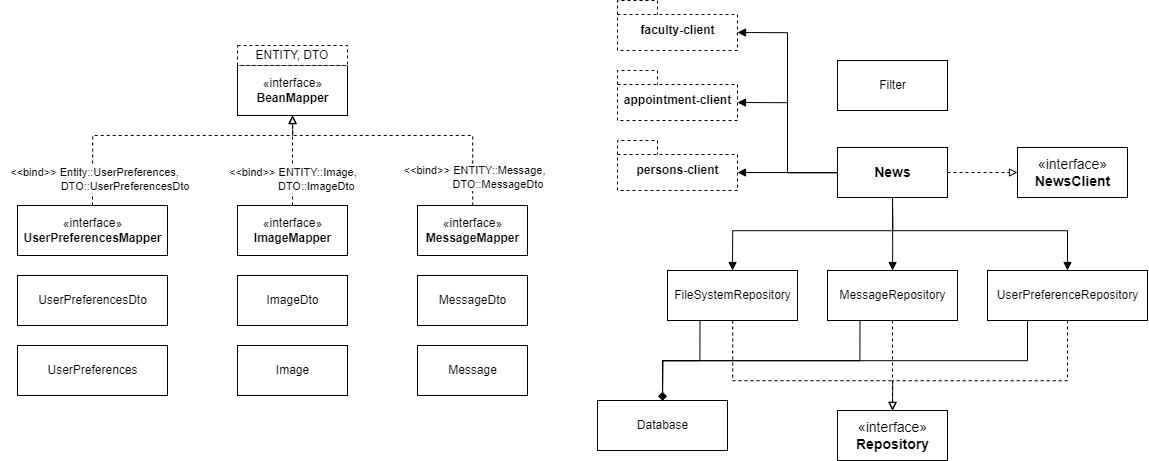
Above: doc/diagrams/classes/class_diagram.drawio.png in fh-erfurt/WS2021_Java_Team_2_Service_4_News (draw.io), before the change. Source tidied: cells renumbered, new cells last; positions are measured from the earlier drawing's top-left corner, leaving out a move shared by most shapes.
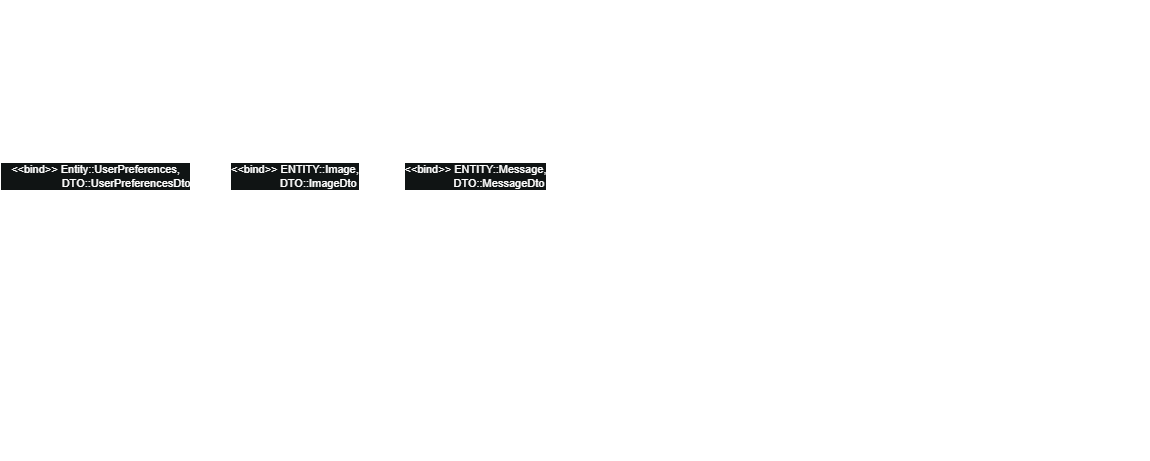
The same diagram one commit later.

Commit message:
Improved readability

What changed in the source:
```diff
@@ -1,27 +1,27 @@
-<mxGraphModel>
+<mxGraphModel background="#101414">
   <root>
     <mxCell id="0" />
     <mxCell id="1" parent="0" />
-    <mxCell id="2" value="«interface»&lt;br&gt;&lt;b&gt;BeanMapper&lt;/b&gt;" style="html=1;" parent="1" vertex="1">
+    <mxCell id="2" value="&lt;font color=&quot;#ffffff&quot;&gt;«interface»&lt;br&gt;&lt;b&gt;BeanMapper&lt;/b&gt;&lt;/font&gt;" style="html=1;fillColor=none;strokeColor=#FFFFFF;" parent="1" vertex="1">
       <mxGeometry x="220" y="65" width="110" height="50" as="geometry" />
     </mxCell>
-    <mxCell id="3" value="ENTITY, DTO" style="rounded=0;whiteSpace=wrap;html=1;dashed=1;" parent="1" vertex="1">
+    <mxCell id="3" value="&lt;font color=&quot;#ffffff&quot;&gt;ENTITY, DTO&lt;/font&gt;" style="rounded=0;whiteSpace=wrap;html=1;dashed=1;fillColor=none;strokeColor=#FFFFFF;" parent="1" vertex="1">
       <mxGeometry x="220" y="45" width="110" height="20" as="geometry" />
     </mxCell>
-    <mxCell id="4" style="edgeStyle=orthogonalEdgeStyle;rounded=0;jettySize=auto;html=1;dashed=1;endArrow=block;endFill=0;" parent="1" edge="1" source="6">
+    <mxCell id="4" style="edgeStyle=orthogonalEdgeStyle;rounded=0;jettySize=auto;html=1;dashed=1;endArrow=block;endFill=0;strokeColor=#FFFFFF;" parent="1" edge="1" source="6">
       <mxGeometry relative="1" as="geometry">
         <mxPoint x="275" y="115" as="targetPoint" />
       </mxGeometry>
     </mxCell>
-    <mxCell id="5" value="&amp;lt;&amp;lt;bind&amp;gt;&amp;gt; ENTITY::Image,&lt;br&gt;&amp;nbsp; &amp;nbsp; &amp;nbsp; &amp;nbsp; &amp;nbsp; &amp;nbsp; &amp;nbsp; &amp;nbsp; DTO::ImageDto" style="edgeLabel;html=1;align=left;verticalAlign=middle;" parent="4" vertex="1">
+    <mxCell id="5" value="&lt;font color=&quot;#ffffff&quot;&gt;&amp;lt;&amp;lt;bind&amp;gt;&amp;gt; ENTITY::Image,&lt;br&gt;&amp;nbsp; &amp;nbsp; &amp;nbsp; &amp;nbsp; &amp;nbsp; &amp;nbsp; &amp;nbsp; &amp;nbsp; DTO::ImageDto&lt;/font&gt;" style="edgeLabel;html=1;align=left;verticalAlign=middle;labelBackgroundColor=#101414;" parent="4" vertex="1">
       <mxGeometry x="-0.25" y="-1" relative="1" as="geometry">
         <mxPoint x="-66" y="4" as="offset" />
       </mxGeometry>
     </mxCell>
-    <mxCell id="6" value="«interface»&lt;br&gt;&lt;b&gt;ImageMapper&lt;/b&gt;" style="html=1;" parent="1" vertex="1">
+    <mxCell id="6" value="«interface»&lt;br&gt;&lt;b&gt;ImageMapper&lt;/b&gt;" style="html=1;fillColor=none;strokeColor=#FFFFFF;fontColor=#FFFFFF;" parent="1" vertex="1">
       <mxGeometry x="220" y="205" width="110" height="50" as="geometry" />
     </mxCell>
-    <mxCell id="7" style="edgeStyle=orthogonalEdgeStyle;rounded=0;jettySize=auto;html=1;entryX=0.5;entryY=1;entryDx=0;entryDy=0;dashed=1;endArrow=block;endFill=0;" parent="1" edge="1" source="9" target="2">
+    <mxCell id="7" style="edgeStyle=orthogonalEdgeStyle;rounded=0;jettySize=auto;html=1;entryX=0.5;entryY=1;entryDx=0;entryDy=0;dashed=1;endArrow=block;endFill=0;strokeColor=#FFFFFF;" parent="1" edge="1" source="9" target="2">
       <mxGeometry relative="1" as="geometry">
         <Array as="points">
           <mxPoint x="455" y="135" />
@@ -29,15 +29,15 @@
         </Array>
       </mxGeometry>
     </mxCell>
-    <mxCell id="8" value="&amp;lt;&amp;lt;bind&amp;gt;&amp;gt; ENTITY::Message,&lt;br&gt;&lt;div style=&quot;text-align: left&quot;&gt;&amp;nbsp; &amp;nbsp; &amp;nbsp; &amp;nbsp; &amp;nbsp; &amp;nbsp; &amp;nbsp; &amp;nbsp; DTO::MessageDto&lt;/div&gt;" style="edgeLabel;html=1;align=center;verticalAlign=middle;" parent="7" vertex="1">
+    <mxCell id="8" value="&amp;lt;&amp;lt;bind&amp;gt;&amp;gt; ENTITY::Message,&lt;br&gt;&lt;div style=&quot;text-align: left&quot;&gt;&amp;nbsp; &amp;nbsp; &amp;nbsp; &amp;nbsp; &amp;nbsp; &amp;nbsp; &amp;nbsp; &amp;nbsp; DTO::MessageDto&lt;/div&gt;" style="edgeLabel;html=1;align=center;verticalAlign=middle;fontColor=#FFFFFF;labelBackgroundColor=#101414;" parent="7" vertex="1">
       <mxGeometry x="-0.65" y="1" relative="1" as="geometry">
         <mxPoint x="1" y="18" as="offset" />
       </mxGeometry>
     </mxCell>
-    <mxCell id="9" value="«interface»&lt;br&gt;&lt;b&gt;MessageMapper&lt;/b&gt;" style="html=1;" parent="1" vertex="1">
+    <mxCell id="9" value="«interface»&lt;br&gt;&lt;b&gt;MessageMapper&lt;/b&gt;" style="html=1;fontColor=#FFFFFF;strokeColor=#FFFFFF;fillColor=none;" parent="1" vertex="1">
       <mxGeometry x="400" y="205" width="110" height="50" as="geometry" />
     </mxCell>
-    <mxCell id="10" style="edgeStyle=orthogonalEdgeStyle;rounded=0;jettySize=auto;html=1;entryX=0.5;entryY=1;entryDx=0;entryDy=0;endArrow=block;endFill=0;dashed=1;exitX=0.5;exitY=0;exitDx=0;exitDy=0;" parent="1" edge="1" source="12" target="2">
+    <mxCell id="10" style="edgeStyle=orthogonalEdgeStyle;rounded=0;jettySize=auto;html=1;entryX=0.5;entryY=1;entryDx=0;entryDy=0;endArrow=block;endFill=0;dashed=1;exitX=0.5;exitY=0;exitDx=0;exitDy=0;strokeColor=#FFFFFF;" parent="1" edge="1" source="12" target="2">
       <mxGeometry relative="1" as="geometry">
         <Array as="points">
           <mxPoint x="75" y="135" />
@@ -45,57 +45,57 @@
         </Array>
       </mxGeometry>
     </mxCell>
-    <mxCell id="11" value="&amp;lt;&amp;lt;bind&amp;gt;&amp;gt; Entity::UserPreferences,&lt;br&gt;&amp;nbsp; &amp;nbsp; &amp;nbsp; &amp;nbsp; &amp;nbsp; &amp;nbsp; &amp;nbsp; &amp;nbsp; &amp;nbsp; &amp;nbsp; DTO::UserPreferencesDto" style="edgeLabel;html=1;align=center;verticalAlign=middle;" parent="10" vertex="1">
+    <mxCell id="11" value="&lt;font color=&quot;#ffffff&quot;&gt;&amp;lt;&amp;lt;bind&amp;gt;&amp;gt; Entity::UserPreferences,&lt;br&gt;&amp;nbsp; &amp;nbsp; &amp;nbsp; &amp;nbsp; &amp;nbsp; &amp;nbsp; &amp;nbsp; &amp;nbsp; &amp;nbsp; &amp;nbsp; DTO::UserPreferencesDto&lt;/font&gt;" style="edgeLabel;html=1;align=center;verticalAlign=middle;labelBackgroundColor=#101414;" parent="10" vertex="1">
       <mxGeometry x="-0.63" y="1" relative="1" as="geometry">
         <mxPoint x="1" y="24" as="offset" />
       </mxGeometry>
     </mxCell>
-    <mxCell id="12" value="«interface»&lt;br&gt;&lt;b&gt;UserPreferencesMapper&lt;/b&gt;" style="html=1;" parent="1" vertex="1">
+    <mxCell id="12" value="«interface»&lt;br&gt;&lt;b&gt;UserPreferencesMapper&lt;/b&gt;" style="html=1;fillColor=none;strokeColor=#FFFFFF;fontColor=#FFFFFF;" parent="1" vertex="1">
       <mxGeometry y="205" width="150" height="50" as="geometry" />
     </mxCell>
-    <mxCell id="13" value="UserPreferencesDto" style="html=1;" parent="1" vertex="1">
+    <mxCell id="13" value="UserPreferencesDto" style="html=1;fillColor=none;strokeColor=#FFFFFF;fontColor=#FFFFFF;" parent="1" vertex="1">
       <mxGeometry y="275" width="150" height="50" as="geometry" />
     </mxCell>
-    <mxCell id="14" value="UserPreferences" style="html=1;" parent="1" vertex="1">
+    <mxCell id="14" value="UserPreferences" style="html=1;fillColor=none;strokeColor=#FFFFFF;fontColor=#FFFFFF;" parent="1" vertex="1">
       <mxGeometry y="345" width="150" height="50" as="geometry" />
     </mxCell>
-    <mxCell id="15" value="ImageDto" style="html=1;" parent="1" vertex="1">
+    <mxCell id="15" value="ImageDto" style="html=1;fillColor=none;strokeColor=#FFFFFF;fontColor=#FFFFFF;" parent="1" vertex="1">
       <mxGeometry x="220" y="275" width="110" height="50" as="geometry" />
     </mxCell>
-    <mxCell id="16" value="Image" style="html=1;" parent="1" vertex="1">
+    <mxCell id="16" value="Image" style="html=1;fillColor=none;strokeColor=#FFFFFF;fontColor=#FFFFFF;" parent="1" vertex="1">
       <mxGeometry x="220" y="345" width="110" height="50" as="geometry" />
     </mxCell>
-    <mxCell id="17" value="MessageDto" style="html=1;" parent="1" vertex="1">
+    <mxCell id="17" value="MessageDto" style="html=1;fontColor=#FFFFFF;strokeColor=#FFFFFF;fillColor=none;" parent="1" vertex="1">
       <mxGeometry x="400" y="275" width="110" height="50" as="geometry" />
     </mxCell>
-    <mxCell id="18" value="Message" style="html=1;" parent="1" vertex="1">
+    <mxCell id="18" value="Message" style="html=1;fontColor=#FFFFFF;strokeColor=#FFFFFF;fillColor=none;" parent="1" vertex="1">
       <mxGeometry x="400" y="345" width="110" height="50" as="geometry" />
     </mxCell>
-    <mxCell id="19" value="faculty-client" style="shape=folder;fontStyle=1;spacingTop=10;tabWidth=40;tabHeight=14;tabPosition=left;html=1;dashed=1;" parent="1" vertex="1">
+    <mxCell id="19" value="faculty-client" style="shape=folder;fontStyle=1;spacingTop=10;tabWidth=40;tabHeight=14;tabPosition=left;html=1;dashed=1;fillColor=none;strokeColor=#FFFFFF;fontColor=#FFFFFF;" parent="1" vertex="1">
       <mxGeometry x="600" width="120" height="50" as="geometry" />
     </mxCell>
-    <mxCell id="20" value="appointment-client" style="shape=folder;fontStyle=1;spacingTop=10;tabWidth=40;tabHeight=14;tabPosition=left;html=1;dashed=1;" parent="1" vertex="1">
+    <mxCell id="20" value="appointment-client" style="shape=folder;fontStyle=1;spacingTop=10;tabWidth=40;tabHeight=14;tabPosition=left;html=1;dashed=1;fillColor=none;strokeColor=#FFFFFF;fontColor=#FFFFFF;" parent="1" vertex="1">
       <mxGeometry x="600" y="70" width="120" height="50" as="geometry" />
     </mxCell>
-    <mxCell id="21" value="persons-client" style="shape=folder;fontStyle=1;spacingTop=10;tabWidth=40;tabHeight=14;tabPosition=left;html=1;dashed=1;" parent="1" vertex="1">
+    <mxCell id="21" value="persons-client" style="shape=folder;fontStyle=1;spacingTop=10;tabWidth=40;tabHeight=14;tabPosition=left;html=1;dashed=1;fillColor=none;strokeColor=#FFFFFF;fontColor=#FFFFFF;" parent="1" vertex="1">
       <mxGeometry x="600" y="140" width="120" height="50" as="geometry" />
     </mxCell>
-    <mxCell id="22" value="Filter" style="html=1;" parent="1" vertex="1">
+    <mxCell id="22" value="Filter" style="html=1;fillColor=none;strokeColor=#FFFFFF;fontColor=#FFFFFF;" parent="1" vertex="1">
       <mxGeometry x="820" y="60" width="110" height="50" as="geometry" />
     </mxCell>
-    <mxCell id="23" style="edgeStyle=orthogonalEdgeStyle;rounded=0;jettySize=auto;html=1;entryX=0;entryY=0;entryDx=120;entryDy=32;entryPerimeter=0;fontSize=14;endArrow=block;endFill=1;" parent="1" edge="1" source="30" target="21">
+    <mxCell id="23" style="edgeStyle=orthogonalEdgeStyle;rounded=0;jettySize=auto;html=1;entryX=0;entryY=0;entryDx=120;entryDy=32;entryPerimeter=0;fontSize=14;endArrow=block;endFill=1;strokeColor=#FFFFFF;" parent="1" edge="1" source="30" target="21">
       <mxGeometry relative="1" as="geometry" />
     </mxCell>
-    <mxCell id="24" style="edgeStyle=orthogonalEdgeStyle;rounded=0;jettySize=auto;html=1;entryX=0;entryY=0;entryDx=120;entryDy=32;entryPerimeter=0;fontSize=14;endArrow=block;endFill=1;" parent="1" edge="1" source="30" target="20">
+    <mxCell id="24" style="edgeStyle=orthogonalEdgeStyle;rounded=0;jettySize=auto;html=1;entryX=0;entryY=0;entryDx=120;entryDy=32;entryPerimeter=0;fontSize=14;endArrow=block;endFill=1;strokeColor=#FFFFFF;" parent="1" edge="1" source="30" target="20">
       <mxGeometry relative="1" as="geometry" />
     </mxCell>
-    <mxCell id="25" style="edgeStyle=orthogonalEdgeStyle;rounded=0;jettySize=auto;html=1;entryX=0;entryY=0;entryDx=120;entryDy=32;entryPerimeter=0;fontSize=14;endArrow=block;endFill=1;" parent="1" edge="1" source="30" target="19">
+    <mxCell id="25" style="edgeStyle=orthogonalEdgeStyle;rounded=0;jettySize=auto;html=1;entryX=0;entryY=0;entryDx=120;entryDy=32;entryPerimeter=0;fontSize=14;endArrow=block;endFill=1;strokeColor=#FFFFFF;" parent="1" edge="1" source="30" target="19">
       <mxGeometry relative="1" as="geometry" />
     </mxCell>
-    <mxCell id="26" style="edgeStyle=orthogonalEdgeStyle;rounded=0;jettySize=auto;html=1;entryX=0;entryY=0.5;entryDx=0;entryDy=0;fontSize=14;endArrow=block;endFill=0;dashed=1;" parent="1" edge="1" source="30" target="31">
+    <mxCell id="26" style="edgeStyle=orthogonalEdgeStyle;rounded=0;jettySize=auto;html=1;entryX=0;entryY=0.5;entryDx=0;entryDy=0;fontSize=14;endArrow=block;endFill=0;dashed=1;strokeColor=#FFFFFF;" parent="1" edge="1" source="30" target="31">
       <mxGeometry relative="1" as="geometry" />
     </mxCell>
-    <mxCell id="27" style="edgeStyle=orthogonalEdgeStyle;rounded=0;jettySize=auto;html=1;entryX=0.5;entryY=0;entryDx=0;entryDy=0;fontSize=14;endArrow=block;endFill=1;exitX=0.5;exitY=1;exitDx=0;exitDy=0;" parent="1" edge="1" source="30" target="34">
+    <mxCell id="27" style="edgeStyle=orthogonalEdgeStyle;rounded=0;jettySize=auto;html=1;entryX=0.5;entryY=0;entryDx=0;entryDy=0;fontSize=14;endArrow=block;endFill=1;exitX=0.5;exitY=1;exitDx=0;exitDy=0;strokeColor=#FFFFFF;" parent="1" edge="1" source="30" target="34">
       <mxGeometry relative="1" as="geometry">
         <Array as="points">
           <mxPoint x="875" y="230" />
@@ -103,7 +103,7 @@
         </Array>
       </mxGeometry>
     </mxCell>
-    <mxCell id="28" style="edgeStyle=orthogonalEdgeStyle;rounded=0;jettySize=auto;html=1;entryX=0.5;entryY=0;entryDx=0;entryDy=0;fontSize=14;endArrow=block;endFill=1;exitX=0.5;exitY=1;exitDx=0;exitDy=0;" parent="1" edge="1" source="30" target="37">
+    <mxCell id="28" style="edgeStyle=orthogonalEdgeStyle;rounded=0;jettySize=auto;html=1;entryX=0.5;entryY=0;entryDx=0;entryDy=0;fontSize=14;endArrow=block;endFill=1;exitX=0.5;exitY=1;exitDx=0;exitDy=0;strokeColor=#FFFFFF;" parent="1" edge="1" source="30" target="37">
       <mxGeometry relative="1" as="geometry">
         <Array as="points">
           <mxPoint x="875" y="250" />
@@ -111,7 +111,7 @@
         </Array>
       </mxGeometry>
     </mxCell>
-    <mxCell id="29" style="edgeStyle=orthogonalEdgeStyle;rounded=0;jettySize=auto;html=1;entryX=0.5;entryY=0;entryDx=0;entryDy=0;fontSize=14;endArrow=block;endFill=1;exitX=0.5;exitY=1;exitDx=0;exitDy=0;" parent="1" edge="1" source="30" target="40">
+    <mxCell id="29" style="edgeStyle=orthogonalEdgeStyle;rounded=0;jettySize=auto;html=1;entryX=0.5;entryY=0;entryDx=0;entryDy=0;fontSize=14;endArrow=block;endFill=1;exitX=0.5;exitY=1;exitDx=0;exitDy=0;strokeColor=#FFFFFF;" parent="1" edge="1" source="30" target="40">
       <mxGeometry relative="1" as="geometry">
         <Array as="points">
           <mxPoint x="875" y="230" />
@@ -119,13 +119,13 @@
         </Array>
       </mxGeometry>
     </mxCell>
-    <mxCell id="30" value="&lt;b&gt;&lt;font style=&quot;font-size: 14px&quot;&gt;News&lt;/font&gt;&lt;/b&gt;" style="html=1;" parent="1" vertex="1">
+    <mxCell id="30" value="&lt;b&gt;&lt;font style=&quot;font-size: 14px&quot;&gt;News&lt;/font&gt;&lt;/b&gt;" style="html=1;fillColor=none;strokeColor=#FFFFFF;fontColor=#FFFFFF;" parent="1" vertex="1">
       <mxGeometry x="820" y="147" width="110" height="50" as="geometry" />
     </mxCell>
-    <mxCell id="31" value="«interface»&lt;br&gt;&lt;b&gt;NewsClient&lt;/b&gt;" style="html=1;fontSize=14;" parent="1" vertex="1">
+    <mxCell id="31" value="«interface»&lt;br&gt;&lt;b&gt;NewsClient&lt;/b&gt;" style="html=1;fontSize=14;fillColor=none;strokeColor=#FFFFFF;fontColor=#FFFFFF;" parent="1" vertex="1">
       <mxGeometry x="1000" y="147" width="110" height="50" as="geometry" />
     </mxCell>
-    <mxCell id="32" style="edgeStyle=orthogonalEdgeStyle;rounded=0;jettySize=auto;html=1;entryX=0.5;entryY=0;entryDx=0;entryDy=0;fontSize=14;endArrow=diamond;endFill=1;exitX=0.25;exitY=1;exitDx=0;exitDy=0;" parent="1" edge="1" source="34" target="41">
+    <mxCell id="32" style="edgeStyle=orthogonalEdgeStyle;rounded=0;jettySize=auto;html=1;entryX=0.5;entryY=0;entryDx=0;entryDy=0;fontSize=14;endArrow=diamond;endFill=1;exitX=0.25;exitY=1;exitDx=0;exitDy=0;strokeColor=#FFFFFF;" parent="1" edge="1" source="34" target="41">
       <mxGeometry relative="1" as="geometry">
         <Array as="points">
           <mxPoint x="683" y="360" />
@@ -133,7 +133,7 @@
         </Array>
       </mxGeometry>
     </mxCell>
-    <mxCell id="33" style="edgeStyle=orthogonalEdgeStyle;rounded=0;jettySize=auto;html=1;dashed=1;fontSize=14;endArrow=block;endFill=0;entryX=0.5;entryY=0;entryDx=0;entryDy=0;" parent="1" edge="1" source="34" target="42">
+    <mxCell id="33" style="edgeStyle=orthogonalEdgeStyle;rounded=0;jettySize=auto;html=1;dashed=1;fontSize=14;endArrow=block;endFill=0;entryX=0.5;entryY=0;entryDx=0;entryDy=0;strokeColor=#FFFFFF;" parent="1" edge="1" source="34" target="42">
       <mxGeometry relative="1" as="geometry">
         <Array as="points">
           <mxPoint x="715" y="380" />
@@ -141,10 +141,10 @@
         </Array>
       </mxGeometry>
     </mxCell>
-    <mxCell id="34" value="FileSystemRepository" style="html=1;" parent="1" vertex="1">
+    <mxCell id="34" value="FileSystemRepository" style="html=1;fillColor=none;strokeColor=#FFFFFF;fontColor=#FFFFFF;" parent="1" vertex="1">
       <mxGeometry x="650" y="270" width="130" height="50" as="geometry" />
     </mxCell>
-    <mxCell id="35" style="edgeStyle=orthogonalEdgeStyle;rounded=0;jettySize=auto;html=1;entryX=0.5;entryY=0;entryDx=0;entryDy=0;fontSize=14;endArrow=diamond;endFill=1;exitX=0.25;exitY=1;exitDx=0;exitDy=0;" parent="1" edge="1" source="37" target="41">
+    <mxCell id="35" style="edgeStyle=orthogonalEdgeStyle;rounded=0;jettySize=auto;html=1;entryX=0.5;entryY=0;entryDx=0;entryDy=0;fontSize=14;endArrow=diamond;endFill=1;exitX=0.25;exitY=1;exitDx=0;exitDy=0;strokeColor=#FFFFFF;" parent="1" edge="1" source="37" target="41">
       <mxGeometry relative="1" as="geometry">
         <Array as="points">
           <mxPoint x="843" y="360" />
@@ -152,13 +152,13 @@
         </Array>
       </mxGeometry>
     </mxCell>
-    <mxCell id="36" style="edgeStyle=orthogonalEdgeStyle;rounded=0;jettySize=auto;html=1;dashed=1;fontSize=14;endArrow=block;endFill=0;entryX=0.5;entryY=0;entryDx=0;entryDy=0;" parent="1" edge="1" source="37" target="42">
+    <mxCell id="36" style="edgeStyle=orthogonalEdgeStyle;rounded=0;jettySize=auto;html=1;dashed=1;fontSize=14;endArrow=block;endFill=0;entryX=0.5;entryY=0;entryDx=0;entryDy=0;strokeColor=#FFFFFF;" parent="1" edge="1" source="37" target="42">
       <mxGeometry relative="1" as="geometry" />
     </mxCell>
-    <mxCell id="37" value="MessageRepository" style="html=1;" parent="1" vertex="1">
+    <mxCell id="37" value="MessageRepository" style="html=1;fillColor=none;strokeColor=#FFFFFF;fontColor=#FFFFFF;" parent="1" vertex="1">
       <mxGeometry x="810" y="270" width="130" height="50" as="geometry" />
     </mxCell>
-    <mxCell id="38" style="edgeStyle=orthogonalEdgeStyle;rounded=0;jettySize=auto;html=1;entryX=0.5;entryY=0;entryDx=0;entryDy=0;fontSize=14;endArrow=diamond;endFill=1;exitX=0.25;exitY=1;exitDx=0;exitDy=0;" parent="1" edge="1" source="40" target="41">
+    <mxCell id="38" style="edgeStyle=orthogonalEdgeStyle;rounded=0;jettySize=auto;html=1;entryX=0.5;entryY=0;entryDx=0;entryDy=0;fontSize=14;endArrow=diamond;endFill=1;exitX=0.25;exitY=1;exitDx=0;exitDy=0;strokeColor=#FFFFFF;" parent="1" edge="1" source="40" target="41">
       <mxGeometry relative="1" as="geometry">
         <Array as="points">
           <mxPoint x="1010" y="360" />
@@ -166,7 +166,7 @@
         </Array>
       </mxGeometry>
     </mxCell>
-    <mxCell id="39" style="edgeStyle=orthogonalEdgeStyle;rounded=0;jettySize=auto;html=1;entryX=0.5;entryY=0;entryDx=0;entryDy=0;fontSize=14;endArrow=block;endFill=0;dashed=1;jumpSize=6;" parent="1" edge="1" source="40" target="42">
+    <mxCell id="39" style="edgeStyle=orthogonalEdgeStyle;rounded=0;jettySize=auto;html=1;entryX=0.5;entryY=0;entryDx=0;entryDy=0;fontSize=14;endArrow=block;endFill=0;dashed=1;jumpSize=6;strokeColor=#FFFFFF;" parent="1" edge="1" source="40" target="42">
       <mxGeometry relative="1" as="geometry">
         <Array as="points">
           <mxPoint x="1050" y="380" />
@@ -174,13 +174,13 @@
         </Array>
       </mxGeometry>
     </mxCell>
-    <mxCell id="40" value="UserPreferenceRepository" style="html=1;" parent="1" vertex="1">
+    <mxCell id="40" value="UserPreferenceRepository" style="html=1;fillColor=none;strokeColor=#FFFFFF;fontColor=#FFFFFF;" parent="1" vertex="1">
       <mxGeometry x="970" y="270" width="160" height="50" as="geometry" />
     </mxCell>
-    <mxCell id="41" value="Database" style="html=1;" parent="1" vertex="1">
+    <mxCell id="41" value="Database" style="html=1;fillColor=none;strokeColor=#FFFFFF;fontColor=#FFFFFF;" parent="1" vertex="1">
       <mxGeometry x="580" y="400" width="130" height="50" as="geometry" />
     </mxCell>
-    <mxCell id="42" value="«interface»&lt;br&gt;&lt;b&gt;Repository&lt;/b&gt;" style="html=1;fontSize=14;" parent="1" vertex="1">
+    <mxCell id="42" value="«interface»&lt;br&gt;&lt;b&gt;Repository&lt;/b&gt;" style="html=1;fontSize=14;fillColor=none;strokeColor=#FFFFFF;fontColor=#FFFFFF;" parent="1" vertex="1">
       <mxGeometry x="820" y="410" width="110" height="50" as="geometry" />
     </mxCell>
   </root>
```
